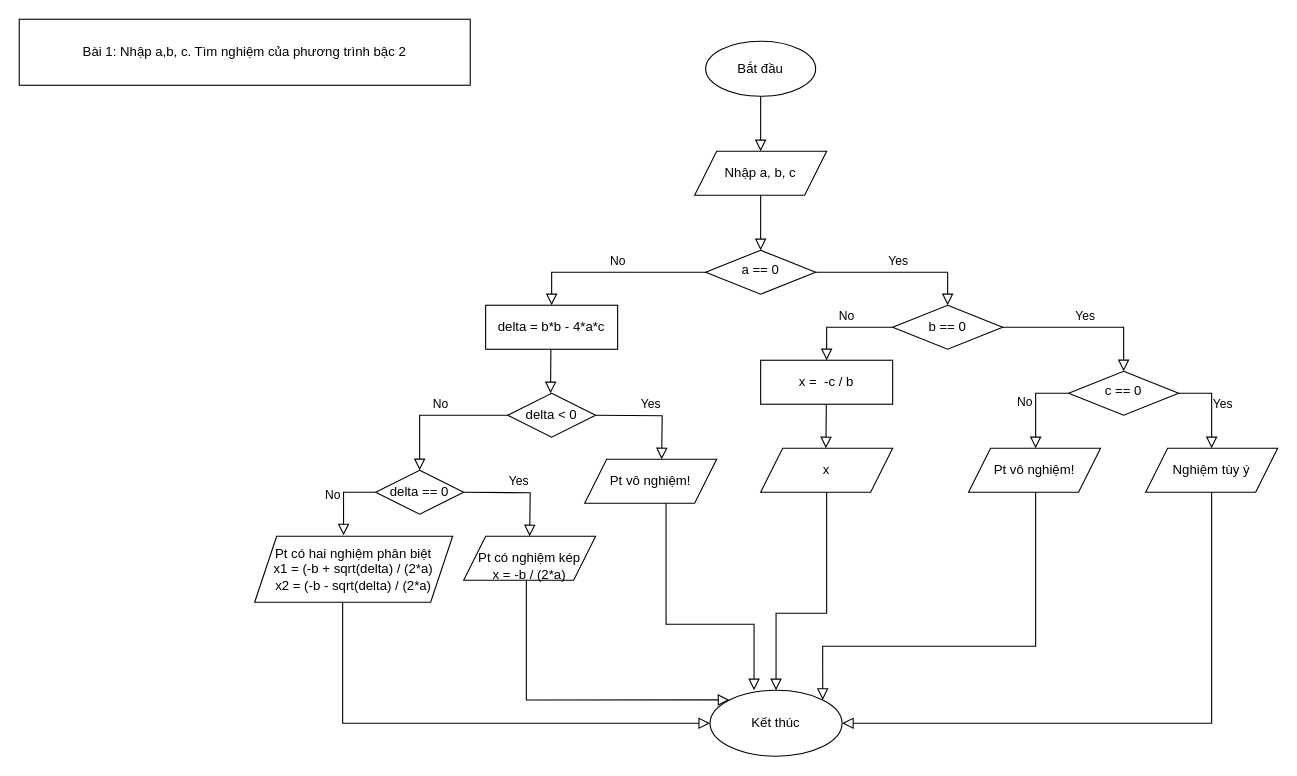
Above: Biểu đồ không có tiêu đề.drawio in qmy03/NMLT (draw.io), before the change. Source tidied: cells renumbered, new cells numbered last; positions are measured from the earlier drawing's top-left corner, leaving out a move shared by most shapes. Both pictures are drawn from the tidied source at 110%, with x=0, y=0 at pixel (19, 19).
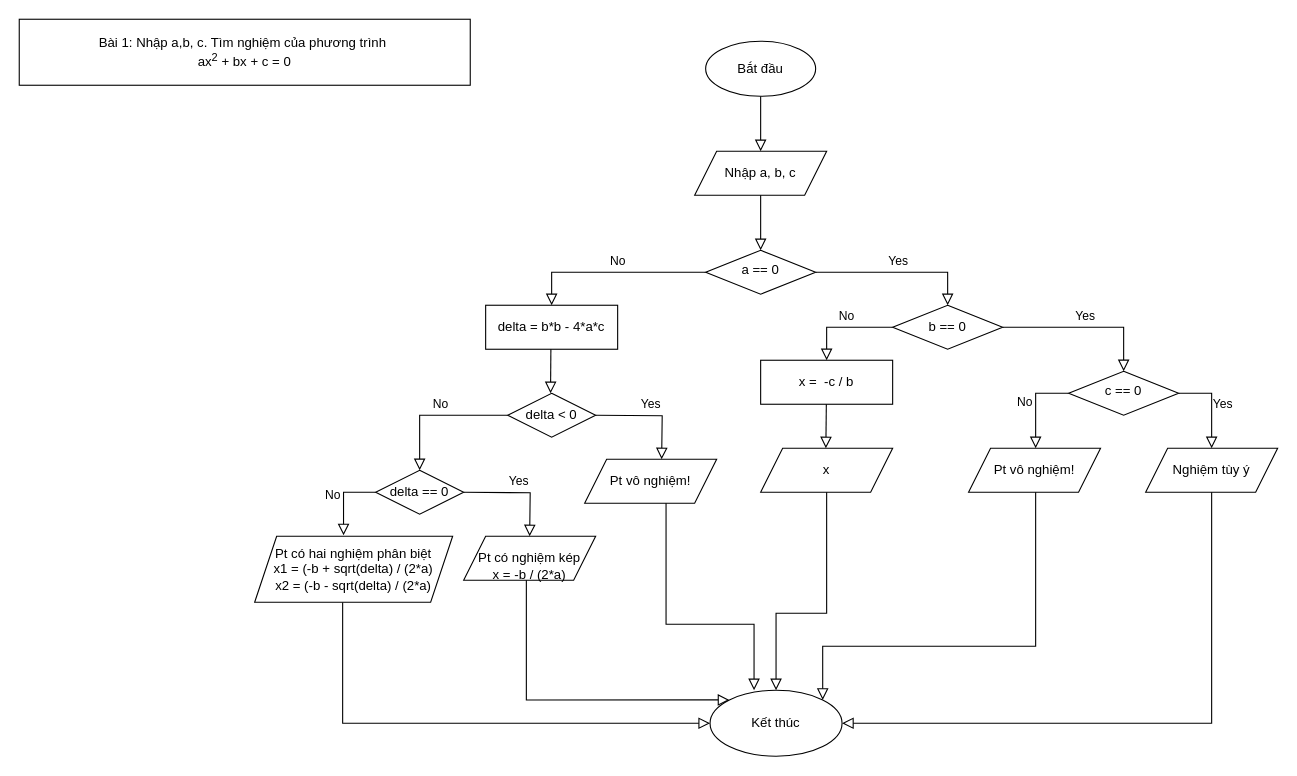
The same diagram, later.

What changed in the source:
```diff
@@
-    <mxCell id="39" value="Bài 1: Nhập a,b, c. Tìm nghiệm của phương trình bậc 2" style="rounded=0;whiteSpace=wrap;html=1;" parent="1" vertex="1">
+    <mxCell id="39" value="Bài 1: Nhập a,b, c. Tìm nghiệm của phương trình&amp;nbsp;&lt;br&gt;ax&lt;sup&gt;2&lt;/sup&gt; + bx + c = 0" style="rounded=0;whiteSpace=wrap;html=1;" parent="1" vertex="1">
       <mxGeometry width="410" height="60" as="geometry" />
     </mxCell>
```
